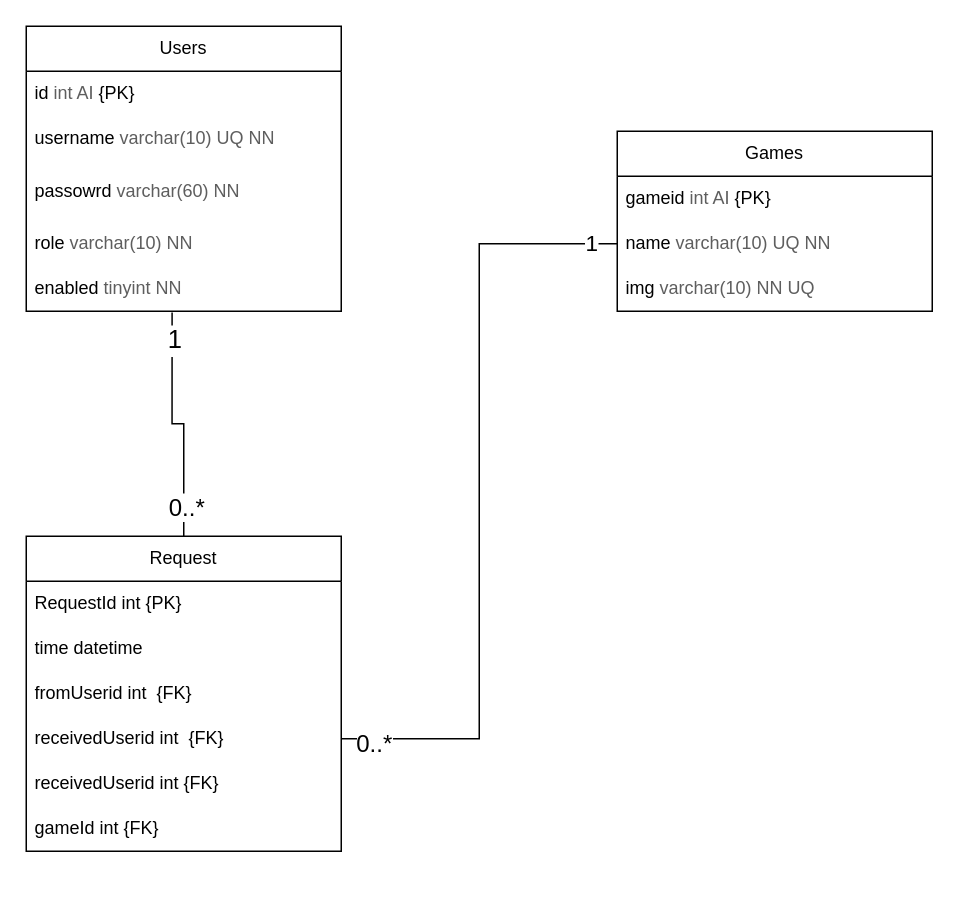
This is database er-modell/Database ER-model.drawio from moab01567/game, a draw.io file, before an edit. Source tidied: cells renumbered, new cells numbered last; positions are measured from the earlier drawing's top-left corner, leaving out a move shared by most shapes. Both pictures are drawn from the tidied source at 150%, with x=0, y=0 at pixel (26, 26).
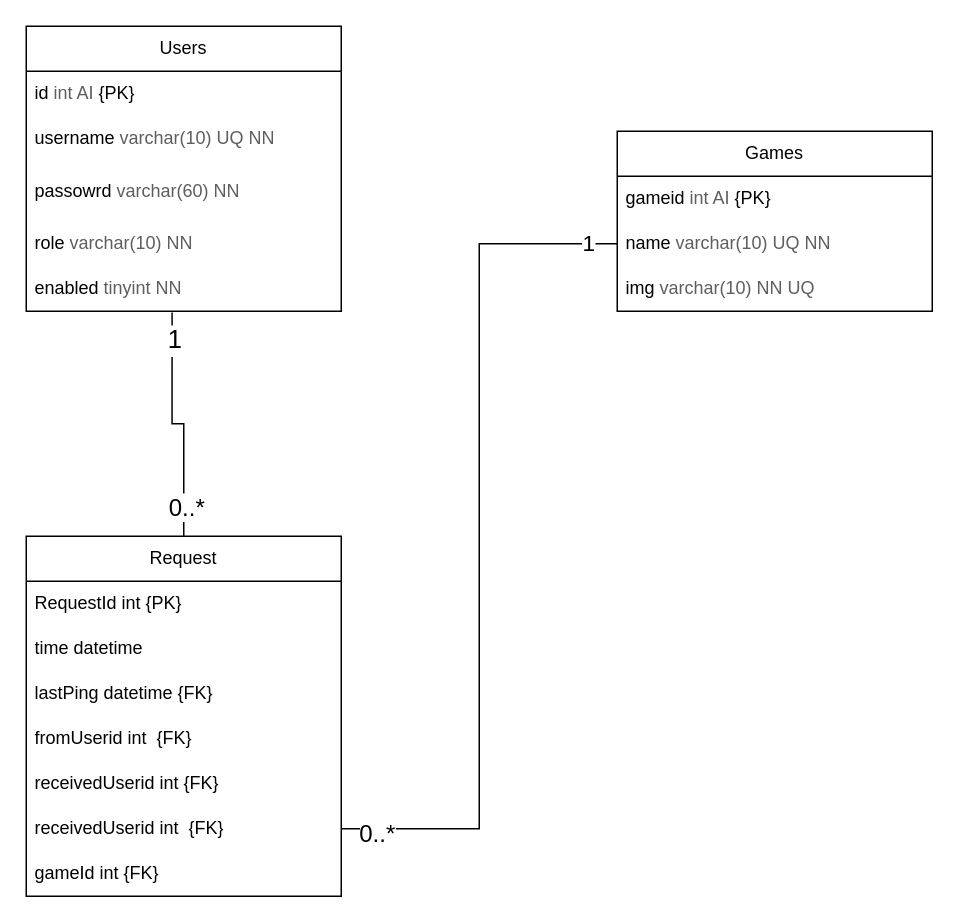
After the change.

Commit message:
added a last ping column in Request table

Diff of the diagram source:
```diff
@@
     <mxCell id="12" value="Request" style="swimlane;fontStyle=0;horizontal=1;startSize=30;whiteSpace=wrap;html=1;" parent="1" vertex="1">
-      <mxGeometry y="340" width="210" height="210" as="geometry" />
+      <mxGeometry y="340" width="210" height="240" as="geometry" />
     </mxCell>
@@
+    <mxCell id="17" value="lastPing datetime&amp;nbsp;{FK}" style="text;strokeColor=none;fillColor=none;align=left;verticalAlign=middle;spacingLeft=4;spacingRight=4;overflow=hidden;whiteSpace=wrap;html=1;" parent="12" vertex="1">
+      <mxGeometry y="90" width="210" height="30" as="geometry" />
+    </mxCell>
     <mxCell id="15" value="fromUserid int&amp;nbsp; {FK}" style="text;strokeColor=none;fillColor=none;align=left;verticalAlign=middle;spacingLeft=4;spacingRight=4;overflow=hidden;whiteSpace=wrap;html=1;" parent="12" vertex="1">
-      <mxGeometry y="90" width="210" height="30" as="geometry" />
+      <mxGeometry y="120" width="210" height="30" as="geometry" />
     </mxCell>
+    <mxCell id="26" value="receivedUserid int {FK}" style="text;strokeColor=none;fillColor=none;align=left;verticalAlign=middle;spacingLeft=4;spacingRight=4;overflow=hidden;whiteSpace=wrap;html=1;" parent="12" vertex="1">
+      <mxGeometry y="150" width="210" height="30" as="geometry" />
+    </mxCell>
     <mxCell id="16" value="receivedUserid int&amp;nbsp; {FK}" style="text;strokeColor=none;fillColor=none;align=left;verticalAlign=middle;spacingLeft=4;spacingRight=4;overflow=hidden;points=[[0,0.5],[1,0.5]];portConstraint=eastwest;whiteSpace=wrap;html=1;" parent="12" vertex="1">
-      <mxGeometry y="120" width="210" height="30" as="geometry" />
+      <mxGeometry y="180" width="210" height="30" as="geometry" />
     </mxCell>
-    <mxCell id="17" value="receivedUserid int {FK}" style="text;strokeColor=none;fillColor=none;align=left;verticalAlign=middle;spacingLeft=4;spacingRight=4;overflow=hidden;whiteSpace=wrap;html=1;" parent="12" vertex="1">
-      <mxGeometry y="150" width="210" height="30" as="geometry" />
-    </mxCell>
     <mxCell id="18" value="gameId int {FK}" style="text;strokeColor=none;fillColor=none;align=left;verticalAlign=middle;spacingLeft=4;spacingRight=4;overflow=hidden;whiteSpace=wrap;html=1;" parent="12" vertex="1">
-      <mxGeometry y="180" width="210" height="30" as="geometry" />
+      <mxGeometry y="210" width="210" height="30" as="geometry" />
     </mxCell>
```
